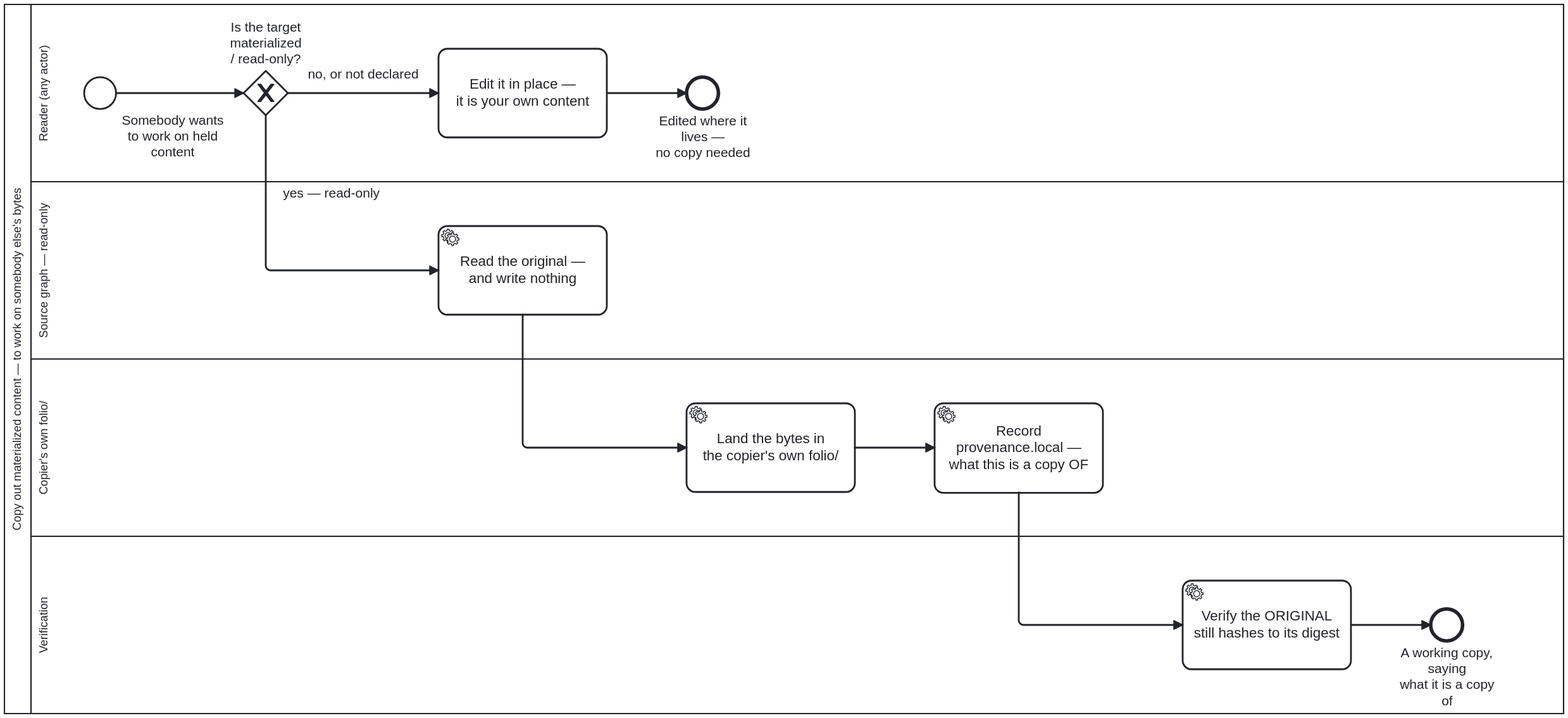
litlfred/cat-harness keeps this BPMN diagram as docs/assets/img/workflows/copy-out-materialized.svg. Above is the earlier version. Its source is kept beside it as processes/library/copy-out-materialized.bpmn. Ids are renumbered.
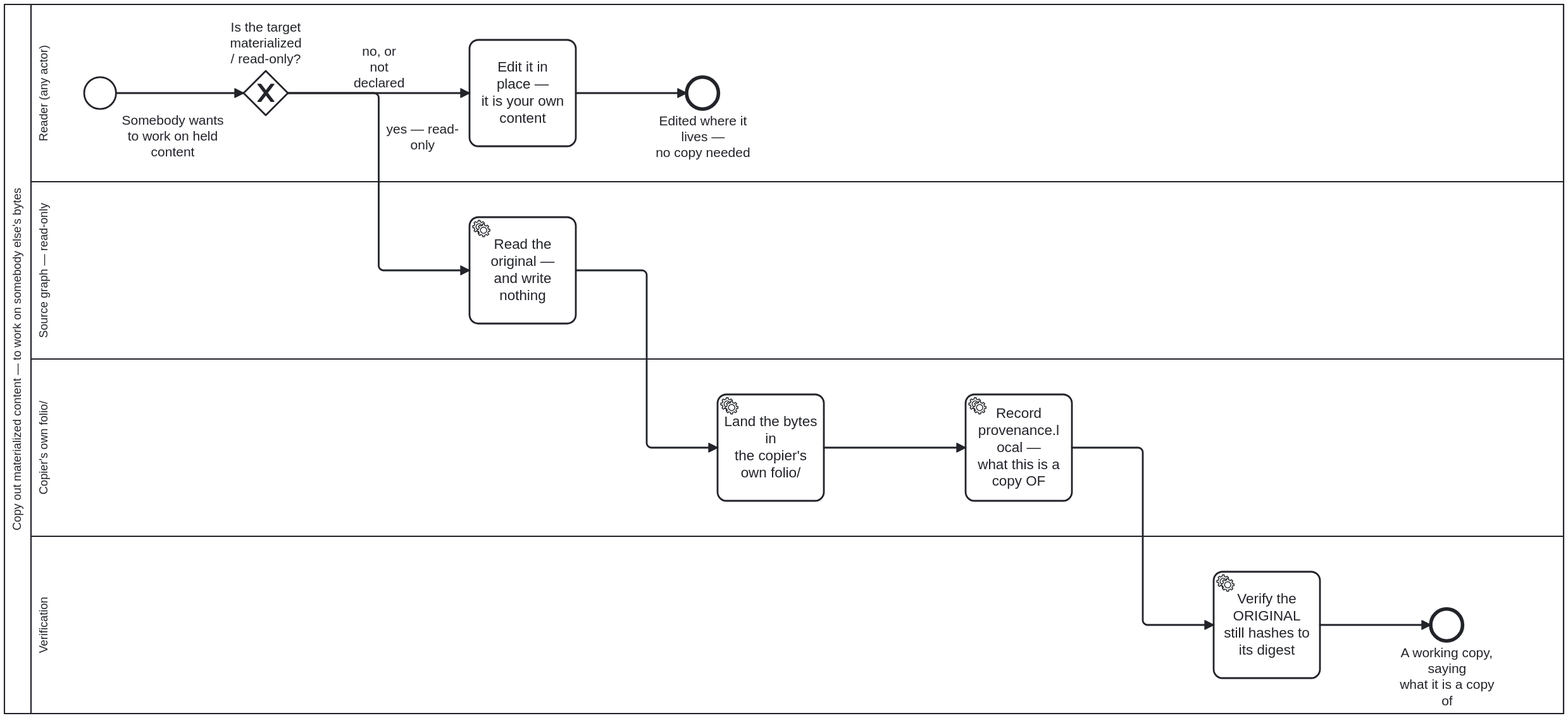
The same file after the commit.

Diff of the diagram source:
```diff
@@ -177,23 +177,23 @@
 
       <bpmndi:BPMNLabel><dc:Bounds x="360" y="77" width="130" height="54" /></bpmndi:BPMNLabel></bpmndi:BPMNShape>
       <bpmndi:BPMNShape id="Task_EditDirectly_di" bpmnElement="Task_EditDirectly">
-        <dc:Bounds x="620" y="110" width="190" height="100" />
+        <dc:Bounds x="655" y="100" width="120" height="120" />
       </bpmndi:BPMNShape>
       <bpmndi:BPMNShape id="EndEvent_NotFrozen_di" bpmnElement="EndEvent_NotFrozen">
         <dc:Bounds x="900" y="142" width="36" height="36" />
 
       <bpmndi:BPMNLabel><dc:Bounds x="860" y="183" width="116" height="30" /></bpmndi:BPMNLabel></bpmndi:BPMNShape>
       <bpmndi:BPMNShape id="Task_ReadSource_di" bpmnElement="Task_ReadSource">
-        <dc:Bounds x="620" y="310" width="190" height="100" />
+        <dc:Bounds x="655" y="300" width="120" height="120" />
       </bpmndi:BPMNShape>
       <bpmndi:BPMNShape id="Task_Land_di" bpmnElement="Task_Land">
-        <dc:Bounds x="900" y="510" width="190" height="100" />
+        <dc:Bounds x="935" y="500" width="120" height="120" />
       </bpmndi:BPMNShape>
       <bpmndi:BPMNShape id="Task_RecordProvenance_di" bpmnElement="Task_RecordProvenance">
-        <dc:Bounds x="1180" y="509.5" width="190" height="101" />
+        <dc:Bounds x="1215" y="500" width="120" height="120" />
       </bpmndi:BPMNShape>
       <bpmndi:BPMNShape id="Task_VerifySourceUntouched_di" bpmnElement="Task_VerifySourceUntouched">
-        <dc:Bounds x="1460" y="710" width="190" height="100" />
+        <dc:Bounds x="1495" y="700" width="120" height="120" />
       </bpmndi:BPMNShape>
       <bpmndi:BPMNShape id="EndEvent_Copied_di" bpmnElement="EndEvent_Copied">
         <dc:Bounds x="1740" y="742" width="36" height="36" />
@@ -205,35 +205,38 @@
       </bpmndi:BPMNEdge>
       <bpmndi:BPMNEdge id="Flow_Writable_di" bpmnElement="Flow_Writable">
         <di:waypoint x="450" y="160" />
-        <di:waypoint x="620" y="160" />
-        <bpmndi:BPMNLabel><dc:Bounds x="465" y="130" width="140" height="26" /></bpmndi:BPMNLabel>
+        <di:waypoint x="655" y="160" />
+        <bpmndi:BPMNLabel><dc:Bounds x="507.5" y="104" width="90" height="53" /></bpmndi:BPMNLabel>
       </bpmndi:BPMNEdge>
       <bpmndi:BPMNEdge id="Flow_NotFrozen_di" bpmnElement="Flow_NotFrozen">
-        <di:waypoint x="810" y="160" />
+        <di:waypoint x="775" y="160" />
         <di:waypoint x="900" y="160" />
       </bpmndi:BPMNEdge>
       <bpmndi:BPMNEdge id="Flow_Frozen_di" bpmnElement="Flow_Frozen">
-        <di:waypoint x="425" y="185" />
-        <di:waypoint x="425" y="360" />
-        <di:waypoint x="620" y="360" />
-        <bpmndi:BPMNLabel><dc:Bounds x="429" y="263.5" width="140" height="18" /></bpmndi:BPMNLabel>
+        <di:waypoint x="450" y="160" />
+        <di:waypoint x="552.5" y="160" />
+        <di:waypoint x="552.5" y="360" />
+        <di:waypoint x="655" y="360" />
+        <bpmndi:BPMNLabel><dc:Bounds x="556.5" y="192" width="90" height="36" /></bpmndi:BPMNLabel>
       </bpmndi:BPMNEdge>
       <bpmndi:BPMNEdge id="Flow_3_di" bpmnElement="Flow_3">
-        <di:waypoint x="715" y="410" />
-        <di:waypoint x="715" y="560" />
-        <di:waypoint x="900" y="560" />
+        <di:waypoint x="775" y="360" />
+        <di:waypoint x="855" y="360" />
+        <di:waypoint x="855" y="560" />
+        <di:waypoint x="935" y="560" />
       </bpmndi:BPMNEdge>
       <bpmndi:BPMNEdge id="Flow_4_di" bpmnElement="Flow_4">
-        <di:waypoint x="1090" y="560" />
-        <di:waypoint x="1180" y="560" />
+        <di:waypoint x="1055" y="560" />
+        <di:waypoint x="1215" y="560" />
       </bpmndi:BPMNEdge>
       <bpmndi:BPMNEdge id="Flow_5_di" bpmnElement="Flow_5">
-        <di:waypoint x="1275" y="610.5" />
-        <di:waypoint x="1275" y="760" />
-        <di:waypoint x="1460" y="760" />
+        <di:waypoint x="1335" y="560" />
+        <di:waypoint x="1415" y="560" />
+        <di:waypoint x="1415" y="760" />
+        <di:waypoint x="1495" y="760" />
       </bpmndi:BPMNEdge>
       <bpmndi:BPMNEdge id="Flow_6_di" bpmnElement="Flow_6">
-        <di:waypoint x="1650" y="760" />
+        <di:waypoint x="1615" y="760" />
         <di:waypoint x="1740" y="760" />
       </bpmndi:BPMNEdge>
     </bpmndi:BPMNPlane>
```
